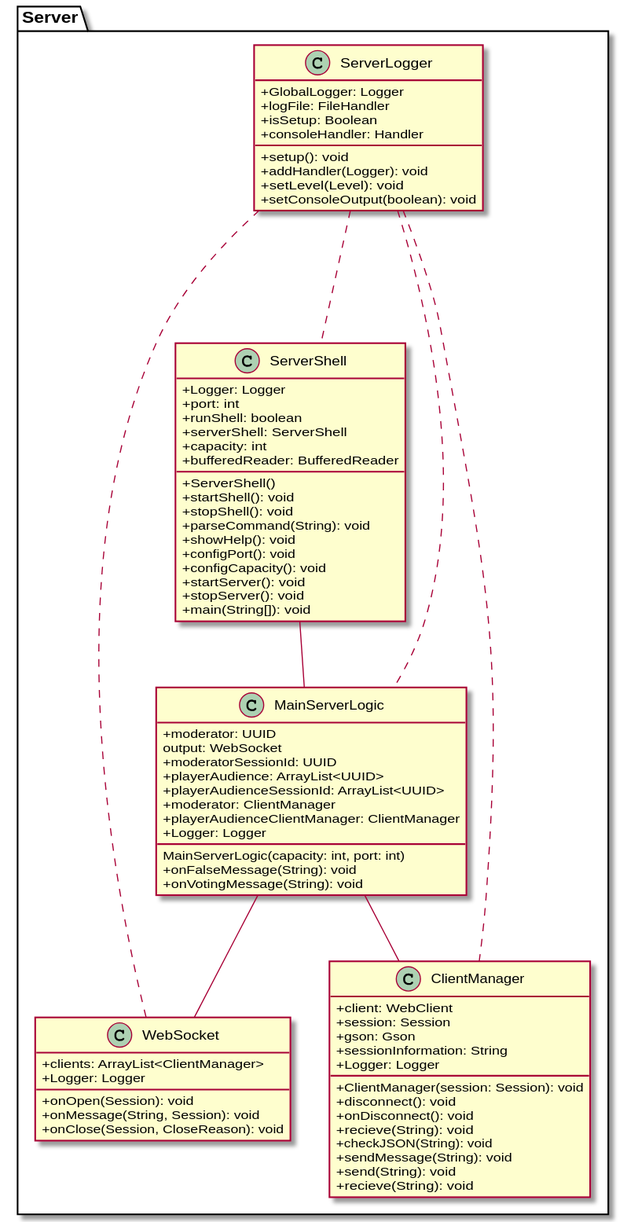
This is Docs/Technical Specifications/docs/diagrams/ServerClassDiagram.svg from Brotenko/QualityQuest, a PlantUML export, as it was before one commit.
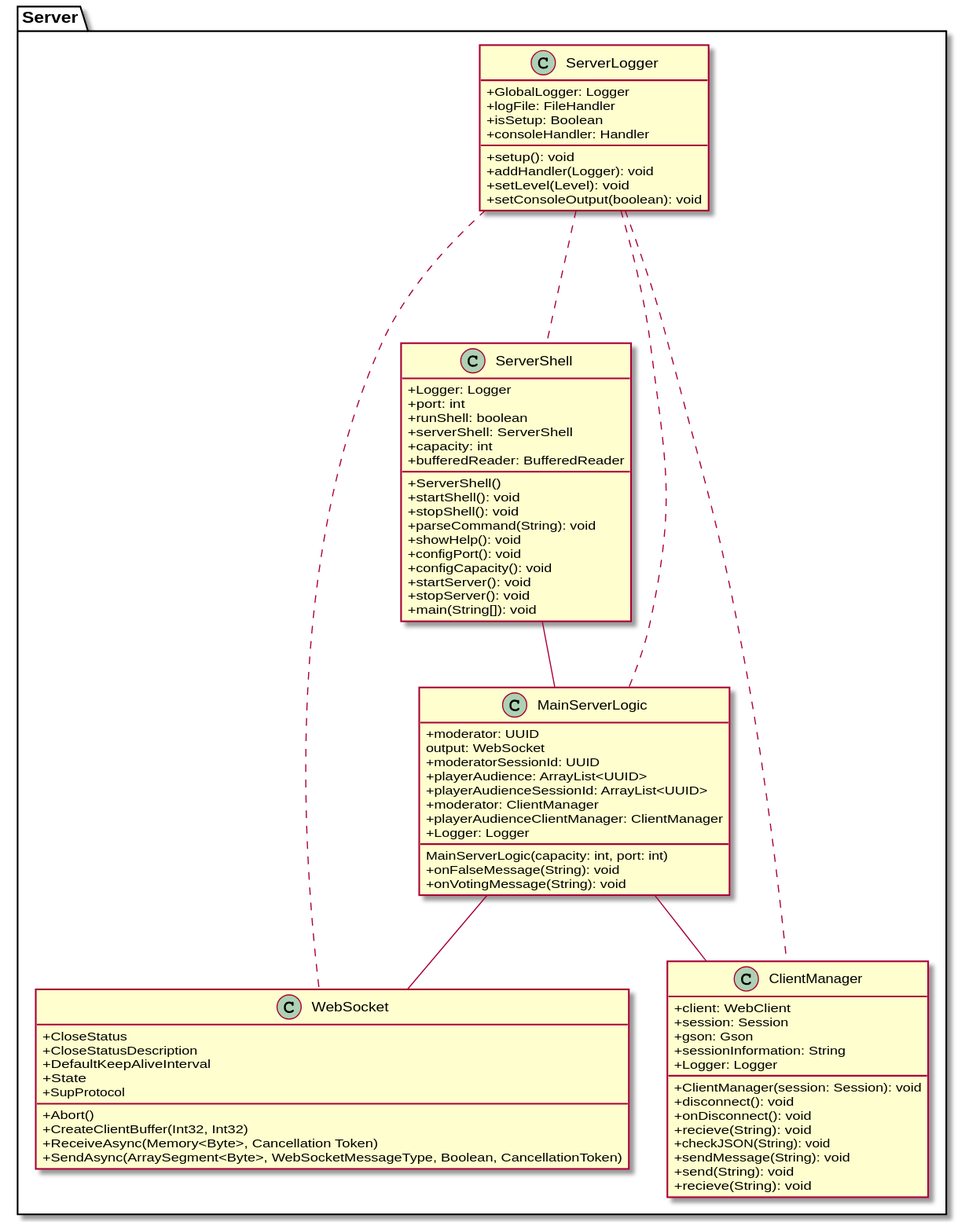
After the commit.

Commit message:
added actualised WebSocket specs

Diff of the diagram source:
```diff
@@ -2,7 +2,7 @@
 skinparam classAttributeIconSize 0
 
 package "Server" {
-class "ServerShell" as ss {
+  class "ServerShell" as ss {
     {field} +Logger: Logger
     {field} +port: int
     {field} +runShell: boolean
@@ -20,16 +20,21 @@
     {method} +stopServer(): void
     {method} +main(String[]): void
   }
-class "WebSocket" as ws {
-    {field} +clients: ArrayList<ClientManager>
-    {field} +Logger: Logger
-    {method} +onOpen(Session): void
-    {method} +onMessage(String, Session): void
-    {method} +onClose(Session, CloseReason): void
 
-}
+  class "WebSocket" as ws {
+    {field} +CloseStatus
+    {field} +CloseStatusDescription
+    {field} +DefaultKeepAliveInterval
+    {field} +State
+    {field} +SupProtocol
+    {method} +Abort()
+    {method} +CreateClientBuffer(Int32, Int32)
+    {method} +ReceiveAsync(Memory<Byte>, Cancellation Token)
+    {method} +SendAsync(ArraySegment<Byte>, WebSocketMessageType, Boolean, CancellationToken)
+  }
 
-class "MainServerLogic" as msl {
+
+  class "MainServerLogic" as msl {
     {field} +moderator: UUID
     {field} output: WebSocket
     {field} +moderatorSessionId: UUID
@@ -42,8 +47,9 @@
     {method} +onFalseMessage(String): void
     {method} +onVotingMessage(String): void
 
-}
-class "ClientManager" as cm {
+  }
+
+  class "ClientManager" as cm {
     {field} +client: WebClient
     {field} +session: Session
     {field} +gson: Gson
@@ -57,9 +63,9 @@
     {method} +sendMessage(String): void
     {method} +send(String): void
     {method} +recieve(String): void
-}
+  }
 
-class "ServerLogger" as sl {
+  class "ServerLogger" as sl {
     {field} +GlobalLogger: Logger
     {field} +logFile: FileHandler
     {field} +isSetup: Boolean
@@ -68,7 +74,7 @@
     {method} +addHandler(Logger): void
     {method} +setLevel(Level): void
     {method} +setConsoleOutput(boolean): void
-}
+  }
 }
 ss -- msl
 msl -- ws
```
